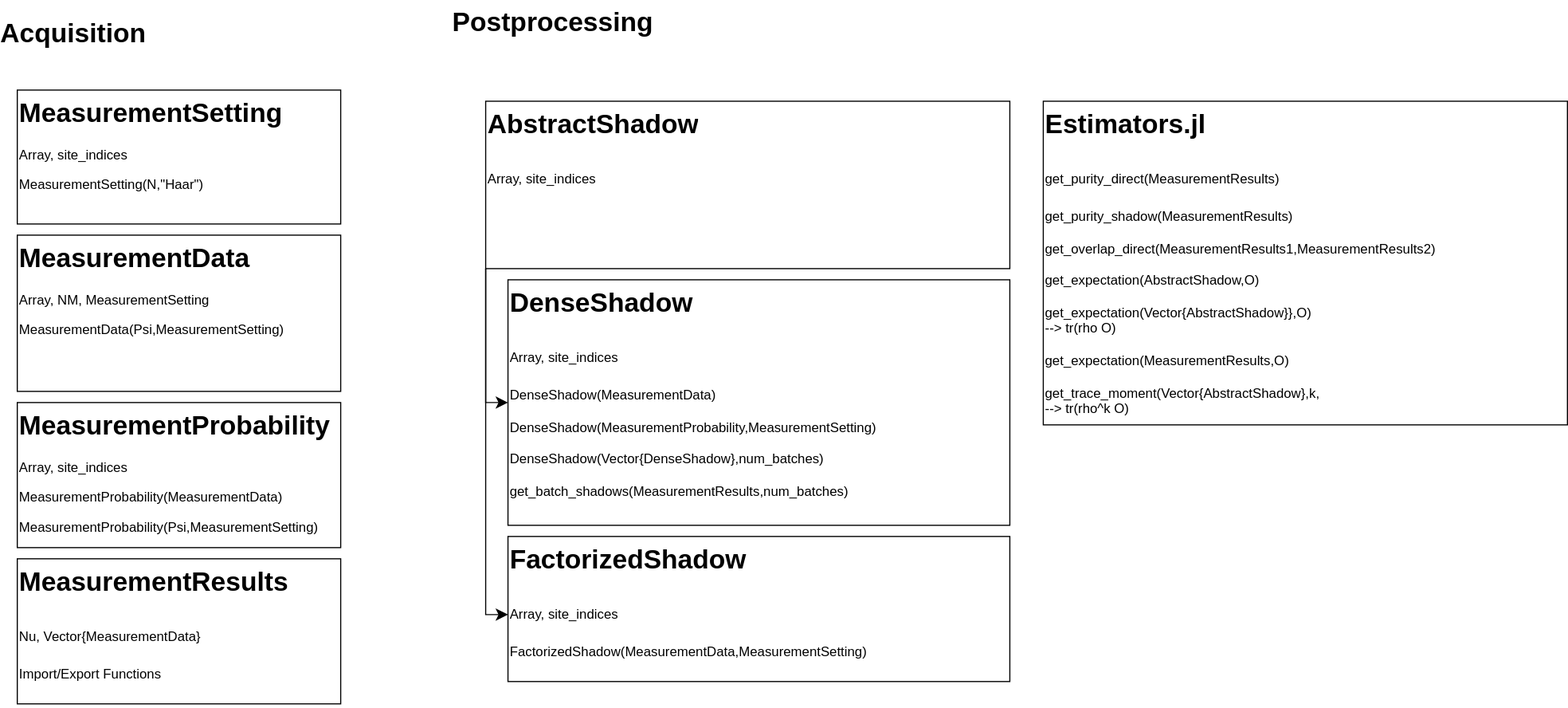
The draw.io diagram StructureRandomMeas.drawio.svg in bvermersch/RandomMeas.jl, before a commit. Source tidied: cells renumbered, new cells last; positions are measured from the earlier drawing's top-left corner, leaving out a move shared by most shapes.
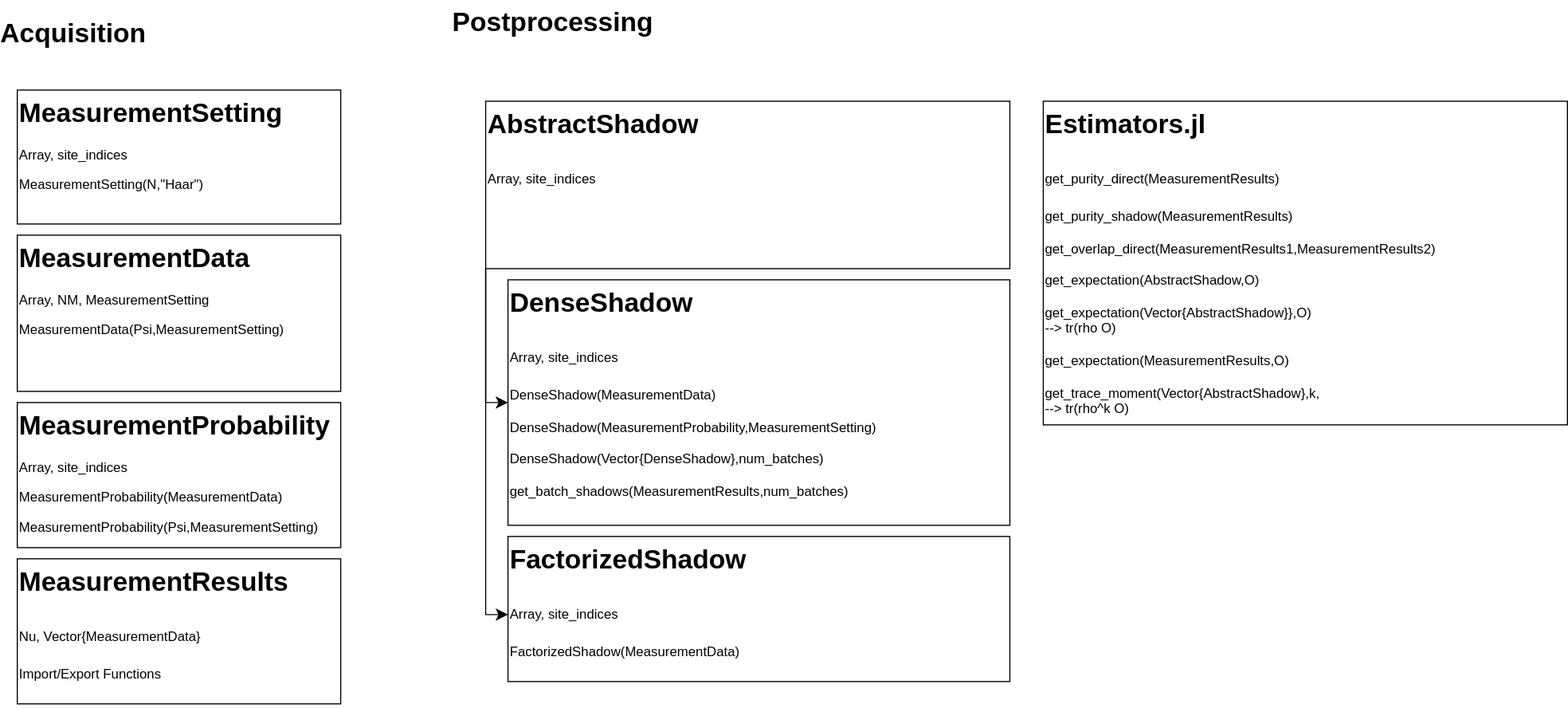
Above is the later version.

The edit, as a diff of the source:
```diff
@@ -14,7 +14,7 @@
     <mxCell id="5" value="&lt;h1 style=&quot;margin-top: 0px;&quot;&gt;&lt;span style=&quot;background-color: transparent; color: light-dark(rgb(0, 0, 0), rgb(255, 255, 255));&quot;&gt;DenseShadow&lt;/span&gt;&lt;/h1&gt;&lt;h1 style=&quot;margin-top: 0px;&quot;&gt;&lt;span style=&quot;background-color: transparent; color: light-dark(rgb(0, 0, 0), rgb(255, 255, 255)); font-size: 12px; font-weight: normal;&quot;&gt;Array, site_indices&lt;/span&gt;&lt;/h1&gt;&lt;div&gt;DenseShadow(MeasurementData)&lt;/div&gt;&lt;div&gt;&lt;br&gt;&lt;/div&gt;&lt;div&gt;DenseShadow(MeasurementProbability,MeasurementSetting)&lt;/div&gt;&lt;div&gt;&lt;br&gt;&lt;/div&gt;&lt;div&gt;DenseShadow(Vector{DenseShadow},num_batches)&lt;/div&gt;&lt;div&gt;&lt;br&gt;&lt;/div&gt;&lt;div&gt;get_batch_shadows(MeasurementResults,num_batches)&lt;/div&gt;&lt;div&gt;&lt;br&gt;&lt;/div&gt;" style="text;html=1;whiteSpace=wrap;overflow=hidden;rounded=0;strokeColor=default;" parent="1" vertex="1">
       <mxGeometry x="440" y="250" width="450" height="220" as="geometry" />
     </mxCell>
-    <mxCell id="6" value="&lt;h1 style=&quot;margin-top: 0px;&quot;&gt;&lt;span style=&quot;background-color: transparent; color: light-dark(rgb(0, 0, 0), rgb(255, 255, 255));&quot;&gt;FactorizedShadow&lt;/span&gt;&lt;/h1&gt;&lt;h1 style=&quot;margin-top: 0px;&quot;&gt;&lt;span style=&quot;background-color: transparent; color: light-dark(rgb(0, 0, 0), rgb(255, 255, 255)); font-size: 12px; font-weight: normal;&quot;&gt;Array, site_indices&lt;/span&gt;&lt;/h1&gt;&lt;div&gt;FactorizedShadow(MeasurementData,MeasurementSetting)&lt;/div&gt;&lt;div&gt;&lt;br&gt;&lt;/div&gt;&lt;div&gt;&lt;br&gt;&lt;/div&gt;" style="text;html=1;whiteSpace=wrap;overflow=hidden;rounded=0;strokeColor=default;" parent="1" vertex="1">
+    <mxCell id="6" value="&lt;h1 style=&quot;margin-top: 0px;&quot;&gt;&lt;span style=&quot;background-color: transparent; color: light-dark(rgb(0, 0, 0), rgb(255, 255, 255));&quot;&gt;FactorizedShadow&lt;/span&gt;&lt;/h1&gt;&lt;h1 style=&quot;margin-top: 0px;&quot;&gt;&lt;span style=&quot;background-color: transparent; color: light-dark(rgb(0, 0, 0), rgb(255, 255, 255)); font-size: 12px; font-weight: normal;&quot;&gt;Array, site_indices&lt;/span&gt;&lt;/h1&gt;&lt;div&gt;FactorizedShadow(MeasurementData)&lt;/div&gt;&lt;div&gt;&lt;br&gt;&lt;/div&gt;&lt;div&gt;&lt;br&gt;&lt;/div&gt;" style="text;html=1;whiteSpace=wrap;overflow=hidden;rounded=0;strokeColor=default;" parent="1" vertex="1">
       <mxGeometry x="440" y="480" width="450" height="130" as="geometry" />
     </mxCell>
     <mxCell id="7" value="&lt;h1 style=&quot;margin-top: 0px;&quot;&gt;&lt;span style=&quot;background-color: transparent; color: light-dark(rgb(0, 0, 0), rgb(255, 255, 255));&quot;&gt;Estimators.jl&lt;/span&gt;&lt;/h1&gt;&lt;h1 style=&quot;margin-top: 0px;&quot;&gt;&lt;span style=&quot;background-color: transparent; color: light-dark(rgb(0, 0, 0), rgb(255, 255, 255)); font-size: 12px; font-weight: normal;&quot;&gt;get_purity_direct(MeasurementResults)&lt;br&gt;&lt;/span&gt;&lt;/h1&gt;&lt;div&gt;get_purity_shadow(MeasurementResults)&lt;/div&gt;&lt;div&gt;&lt;br&gt;&lt;/div&gt;&lt;div&gt;&lt;span style=&quot;background-color: transparent; color: light-dark(rgb(0, 0, 0), rgb(255, 255, 255)); font-size: 12px; font-weight: normal;&quot;&gt;get_overlap_direct(MeasurementResults1,MeasurementResults2)&lt;/span&gt;&lt;/div&gt;&lt;div&gt;&lt;span style=&quot;background-color: transparent; color: light-dark(rgb(0, 0, 0), rgb(255, 255, 255)); font-size: 12px; font-weight: normal;&quot;&gt;&lt;br&gt;&lt;/span&gt;&lt;/div&gt;&lt;div&gt;&lt;div&gt;&lt;span style=&quot;background-color: transparent; color: light-dark(rgb(0, 0, 0), rgb(255, 255, 255));&quot;&gt;get_expectation(AbstractShadow,O)&lt;/span&gt;&lt;/div&gt;&lt;/div&gt;&lt;div&gt;&lt;br&gt;&lt;/div&gt;&lt;div&gt;&lt;div&gt;&lt;span style=&quot;background-color: transparent; color: light-dark(rgb(0, 0, 0), rgb(255, 255, 255));&quot;&gt;get_expectation(Vector{AbstractShadow}},O)&lt;/span&gt;&lt;/div&gt;&lt;/div&gt;&lt;div&gt;&lt;span style=&quot;background-color: transparent; color: light-dark(rgb(0, 0, 0), rgb(255, 255, 255));&quot;&gt;--&amp;gt; tr(rho O)&lt;/span&gt;&lt;/div&gt;&lt;div&gt;&lt;span style=&quot;background-color: transparent; color: light-dark(rgb(0, 0, 0), rgb(255, 255, 255));&quot;&gt;&lt;br&gt;&lt;/span&gt;&lt;/div&gt;&lt;div&gt;&lt;span style=&quot;background-color: transparent; color: light-dark(rgb(0, 0, 0), rgb(255, 255, 255));&quot;&gt;get_expectation(MeasurementResults,O)&lt;/span&gt;&lt;/div&gt;&lt;div&gt;&lt;br&gt;&lt;/div&gt;&lt;div&gt;get_trace_moment(Vector{AbstractShadow},k,&lt;/div&gt;&lt;div&gt;--&amp;gt; tr(rho^k O)&lt;/div&gt;&lt;div&gt;&lt;br&gt;&lt;/div&gt;&lt;div&gt;&lt;br&gt;&lt;/div&gt;&lt;div&gt;&lt;br&gt;&lt;/div&gt;" style="text;html=1;whiteSpace=wrap;overflow=hidden;rounded=0;strokeColor=default;" parent="1" vertex="1">
```
